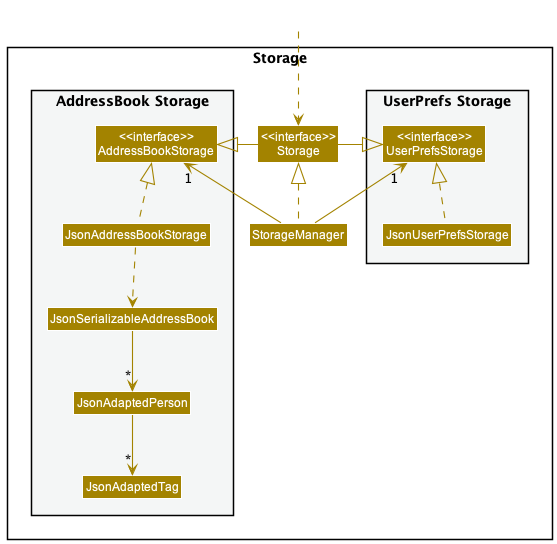
Earlier version of the PlantUML export docs/images/StorageClassDiagram.png (nus-cs2103-AY2223S1/tp).
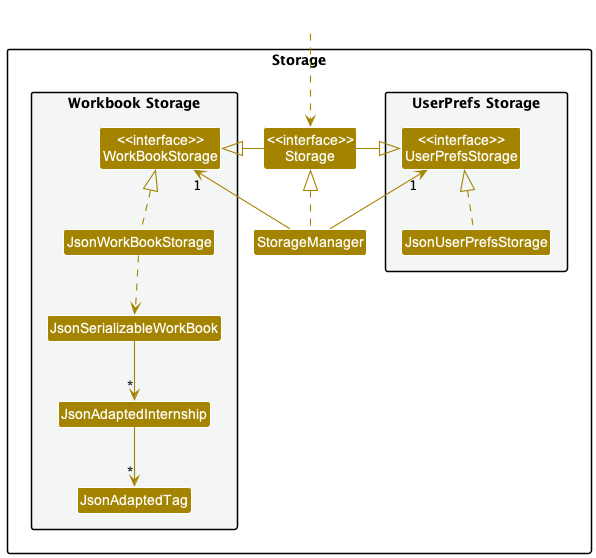
After the commit.

Change to the diagram source:
```diff
@@ -14,11 +14,11 @@
 Class "<<interface>>\nStorage" as Storage
 Class StorageManager
 
-package "AddressBook Storage" #F4F6F6{
-Class "<<interface>>\nAddressBookStorage" as AddressBookStorage
-Class JsonAddressBookStorage
-Class JsonSerializableAddressBook
-Class JsonAdaptedPerson
+package "Workbook Storage" #F4F6F6{
+Class "<<interface>>\nWorkBookStorage" as WorkBookStorage
+Class JsonWorkBookStorage
+Class JsonSerializableWorkBook
+Class JsonAdaptedInternship
 Class JsonAdaptedTag
 }
 
@@ -29,15 +29,15 @@
 
 StorageManager .up.|> Storage
 StorageManager -up-> "1" UserPrefsStorage
-StorageManager -up-> "1" AddressBookStorage
+StorageManager -up-> "1" WorkBookStorage
 
 Storage -left-|> UserPrefsStorage
-Storage -right-|> AddressBookStorage
+Storage -right-|> WorkBookStorage
 
 JsonUserPrefsStorage .up.|> UserPrefsStorage
-JsonAddressBookStorage .up.|> AddressBookStorage
-JsonAddressBookStorage ..> JsonSerializableAddressBook
-JsonSerializableAddressBook --> "*" JsonAdaptedPerson
-JsonAdaptedPerson --> "*" JsonAdaptedTag
+JsonWorkBookStorage .up.|> WorkBookStorage
+JsonWorkBookStorage ..> JsonSerializableWorkBook
+JsonSerializableWorkBook --> "*" JsonAdaptedInternship
+JsonAdaptedInternship --> "*" JsonAdaptedTag
 
 @enduml
```
